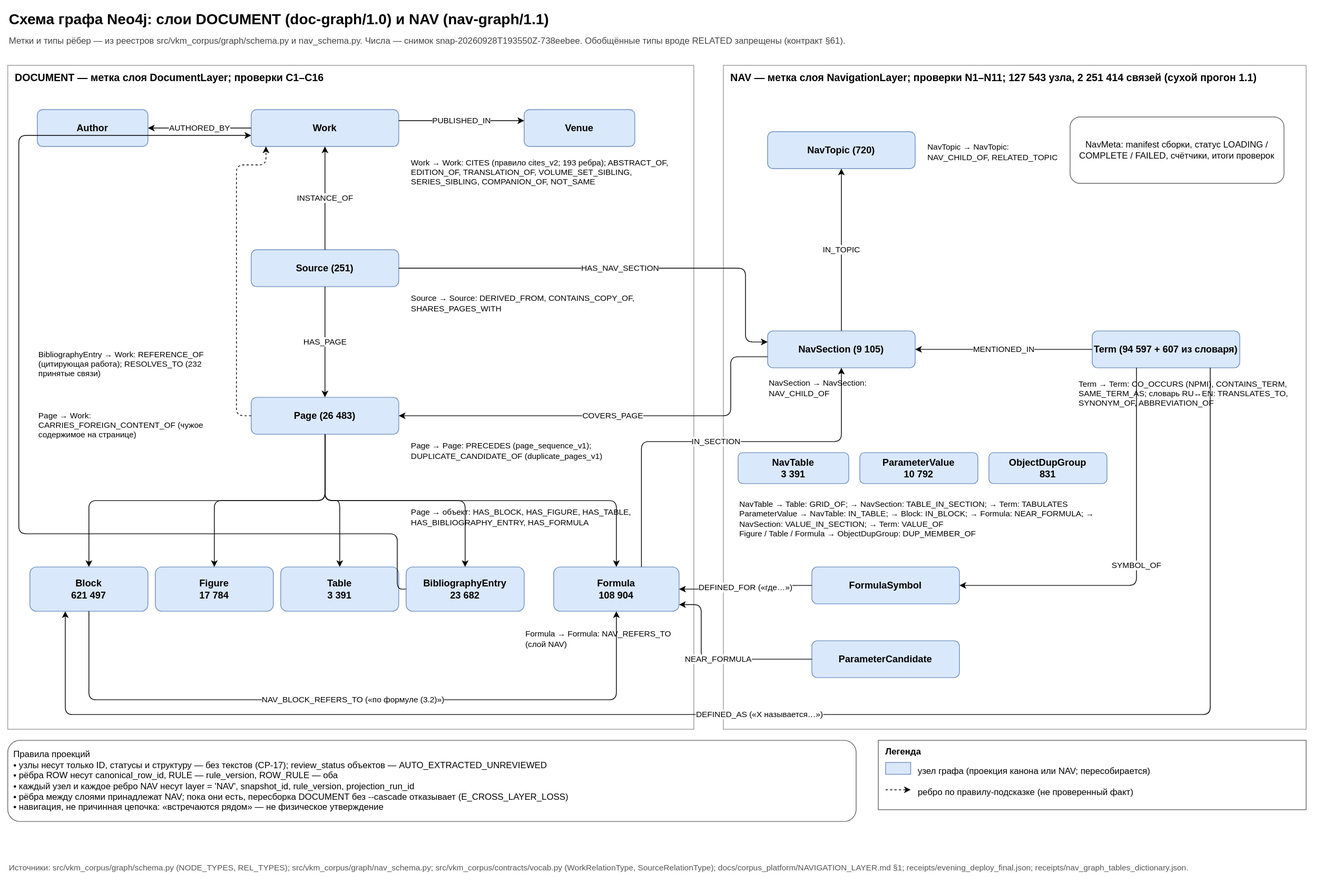
The draw.io diagram docs/diagrams/graph_schema.svg in SUKUNA-AI/vkm-subsidence-forecasting, before a commit. Source tidied: cells renumbered, new cells last; positions are measured from the earlier drawing's top-left corner, leaving out a move shared by most shapes.
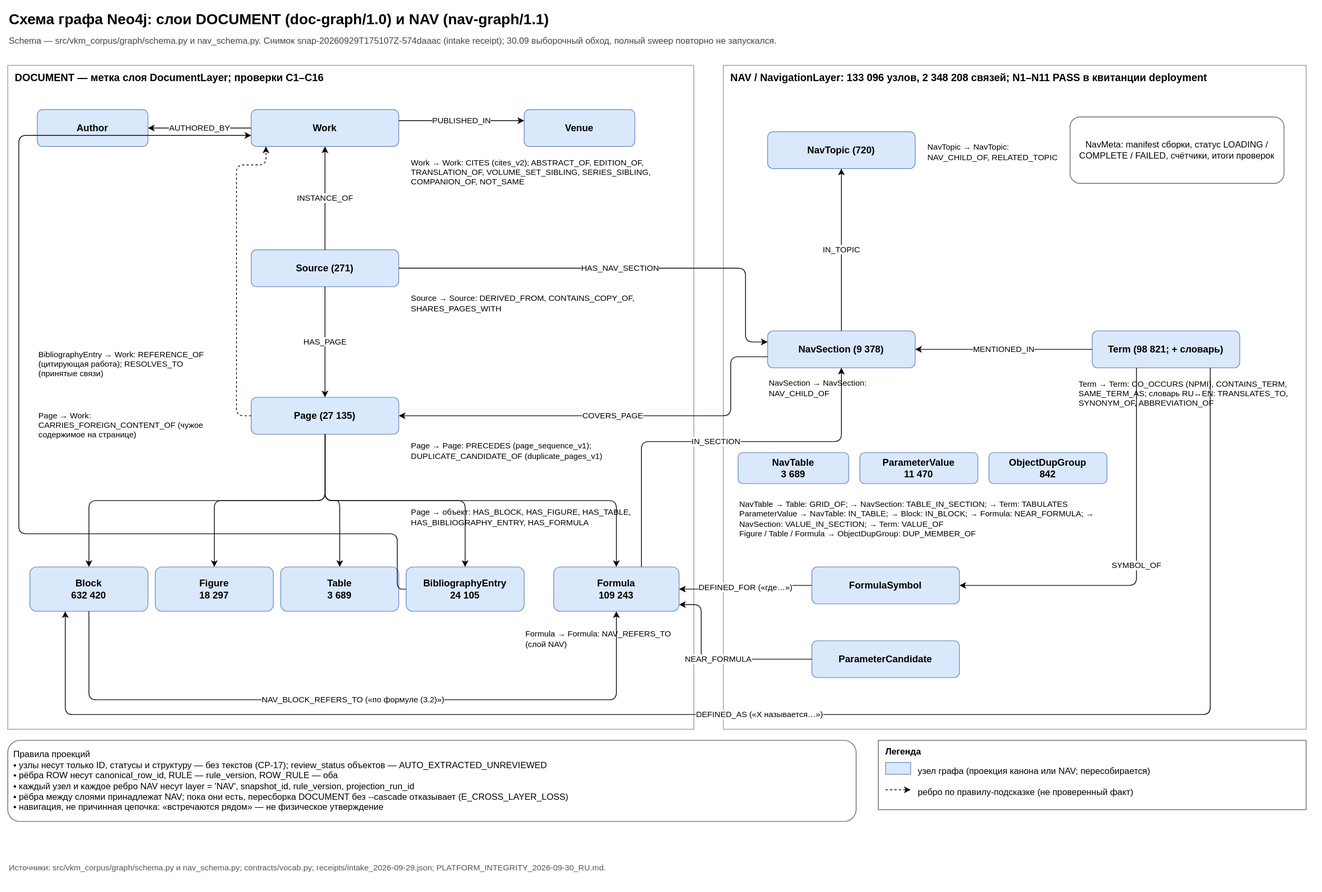
Above is the later version.

Diff of the diagram source:
```diff
@@ -5,7 +5,7 @@
     <mxCell id="2" value="Схема графа Neo4j: слои DOCUMENT (doc-graph/1.0) и NAV (nav-graph/1.1)" style="text;align=left;fontSize=20;fontStyle=1;html=1;verticalAlign=middle;whiteSpace=wrap;" parent="1" vertex="1">
       <mxGeometry width="1760" height="30" as="geometry" />
     </mxCell>
-    <mxCell id="3" value="Метки и типы рёбер — из реестров src/vkm_corpus/graph/schema.py и nav_schema.py. Числа — снимок snap-20260928T193550Z-738eebee. Обобщённые типы вроде RELATED запрещены (контракт §61)." style="text;align=left;fontColor=#444444;fontSize=12;html=1;verticalAlign=middle;whiteSpace=wrap;" parent="1" vertex="1">
+    <mxCell id="3" value="Schema — src/vkm_corpus/graph/schema.py и nav_schema.py. Снимок snap-20260929T175107Z-574daaac (intake receipt); 30.09 выборочный обход, полный sweep повторно не запускался." style="text;align=left;fontColor=#444444;fontSize=12;html=1;verticalAlign=middle;whiteSpace=wrap;" parent="1" vertex="1">
       <mxGeometry y="32" width="1760" height="25" as="geometry" />
     </mxCell>
     <mxCell id="4" value="DOCUMENT — метка слоя DocumentLayer; проверки C1–C16" style="align=left;dashed=0;fillColor=none;fontSize=14;fontStyle=1;html=1;rounded=0;spacingLeft=8;spacingTop=2;strokeColor=#999999;verticalAlign=top;whiteSpace=wrap;" parent="1" vertex="1">
@@ -20,28 +20,28 @@
     <mxCell id="7" value="Venue" style="fillColor=#dae8fc;fontSize=13;fontStyle=1;html=1;rounded=1;strokeColor=#6c8ebf;whiteSpace=wrap;" parent="4" vertex="1">
       <mxGeometry x="700" y="60" width="150" height="50" as="geometry" />
     </mxCell>
-    <mxCell id="8" value="Source (251)" style="fillColor=#dae8fc;fontSize=13;fontStyle=1;html=1;rounded=1;strokeColor=#6c8ebf;whiteSpace=wrap;" parent="4" vertex="1">
+    <mxCell id="8" value="Source (271)" style="fillColor=#dae8fc;fontSize=13;fontStyle=1;html=1;rounded=1;strokeColor=#6c8ebf;whiteSpace=wrap;" parent="4" vertex="1">
       <mxGeometry x="330" y="250" width="200" height="50" as="geometry" />
     </mxCell>
-    <mxCell id="9" value="Page (26 483)" style="fillColor=#dae8fc;fontSize=13;fontStyle=1;html=1;rounded=1;strokeColor=#6c8ebf;whiteSpace=wrap;" parent="4" vertex="1">
+    <mxCell id="9" value="Page (27 135)" style="fillColor=#dae8fc;fontSize=13;fontStyle=1;html=1;rounded=1;strokeColor=#6c8ebf;whiteSpace=wrap;" parent="4" vertex="1">
       <mxGeometry x="330" y="450" width="200" height="50" as="geometry" />
     </mxCell>
-    <mxCell id="10" value="Block&lt;br&gt;621 497" style="fillColor=#dae8fc;fontSize=13;fontStyle=1;html=1;rounded=1;strokeColor=#6c8ebf;whiteSpace=wrap;" parent="4" vertex="1">
+    <mxCell id="10" value="Block&lt;br&gt;632 420" style="fillColor=#dae8fc;fontSize=13;fontStyle=1;html=1;rounded=1;strokeColor=#6c8ebf;whiteSpace=wrap;" parent="4" vertex="1">
       <mxGeometry x="30" y="680" width="160" height="60" as="geometry" />
     </mxCell>
-    <mxCell id="11" value="Figure&lt;br&gt;17 784" style="fillColor=#dae8fc;fontSize=13;fontStyle=1;html=1;rounded=1;strokeColor=#6c8ebf;whiteSpace=wrap;" parent="4" vertex="1">
+    <mxCell id="11" value="Figure&lt;br&gt;18 297" style="fillColor=#dae8fc;fontSize=13;fontStyle=1;html=1;rounded=1;strokeColor=#6c8ebf;whiteSpace=wrap;" parent="4" vertex="1">
       <mxGeometry x="200" y="680" width="160" height="60" as="geometry" />
     </mxCell>
-    <mxCell id="12" value="Table&lt;br&gt;3 391" style="fillColor=#dae8fc;fontSize=13;fontStyle=1;html=1;rounded=1;strokeColor=#6c8ebf;whiteSpace=wrap;" parent="4" vertex="1">
+    <mxCell id="12" value="Table&lt;br&gt;3 689" style="fillColor=#dae8fc;fontSize=13;fontStyle=1;html=1;rounded=1;strokeColor=#6c8ebf;whiteSpace=wrap;" parent="4" vertex="1">
       <mxGeometry x="370" y="680" width="160" height="60" as="geometry" />
     </mxCell>
-    <mxCell id="13" value="BibliographyEntry&lt;br&gt;23 682" style="fillColor=#dae8fc;fontSize=13;fontStyle=1;html=1;rounded=1;strokeColor=#6c8ebf;whiteSpace=wrap;" parent="4" vertex="1">
+    <mxCell id="13" value="BibliographyEntry&lt;br&gt;24 105" style="fillColor=#dae8fc;fontSize=13;fontStyle=1;html=1;rounded=1;strokeColor=#6c8ebf;whiteSpace=wrap;" parent="4" vertex="1">
       <mxGeometry x="540" y="680" width="160" height="60" as="geometry" />
     </mxCell>
-    <mxCell id="14" value="Formula&lt;br&gt;108 904" style="fillColor=#dae8fc;fontSize=13;fontStyle=1;html=1;rounded=1;strokeColor=#6c8ebf;whiteSpace=wrap;" parent="4" vertex="1">
+    <mxCell id="14" value="Formula&lt;br&gt;109 243" style="fillColor=#dae8fc;fontSize=13;fontStyle=1;html=1;rounded=1;strokeColor=#6c8ebf;whiteSpace=wrap;" parent="4" vertex="1">
       <mxGeometry x="740" y="680" width="170" height="60" as="geometry" />
     </mxCell>
-    <mxCell id="15" value="Work → Work: CITES (правило cites_v2; 193 ребра); ABSTRACT_OF, EDITION_OF, TRANSLATION_OF, VOLUME_SET_SIBLING, SERIES_SIBLING, COMPANION_OF, NOT_SAME" style="text;align=left;fontSize=11;html=1;verticalAlign=middle;whiteSpace=wrap;" parent="4" vertex="1">
+    <mxCell id="15" value="Work → Work: CITES (cites_v2); ABSTRACT_OF, EDITION_OF, TRANSLATION_OF, VOLUME_SET_SIBLING, SERIES_SIBLING, COMPANION_OF, NOT_SAME" style="text;align=left;fontSize=11;html=1;verticalAlign=middle;whiteSpace=wrap;" parent="4" vertex="1">
       <mxGeometry x="545" y="120" width="370" height="50" as="geometry" />
     </mxCell>
     <mxCell id="16" value="Source → Source: DERIVED_FROM, CONTAINS_COPY_OF, SHARES_PAGES_WITH" style="text;align=left;fontSize=11;html=1;verticalAlign=middle;whiteSpace=wrap;" parent="4" vertex="1">
@@ -53,7 +53,7 @@
     <mxCell id="18" value="Page → объект: HAS_BLOCK, HAS_FIGURE, HAS_TABLE, HAS_BIBLIOGRAPHY_ENTRY, HAS_FORMULA" style="text;align=left;fontSize=11;html=1;verticalAlign=middle;whiteSpace=wrap;" parent="4" vertex="1">
       <mxGeometry x="545" y="595" width="370" height="35" as="geometry" />
     </mxCell>
-    <mxCell id="19" value="BibliographyEntry → Work: REFERENCE_OF (цитирующая работа); RESOLVES_TO (232 принятые связи)" style="text;align=left;fontSize=11;html=1;verticalAlign=middle;whiteSpace=wrap;" parent="4" vertex="1">
+    <mxCell id="19" value="BibliographyEntry → Work: REFERENCE_OF (цитирующая работа); RESOLVES_TO (принятые связи)" style="text;align=left;fontSize=11;html=1;verticalAlign=middle;whiteSpace=wrap;" parent="4" vertex="1">
       <mxGeometry x="40" y="380" width="250" height="50" as="geometry" />
     </mxCell>
     <mxCell id="20" value="Page → Work: CARRIES_FOREIGN_CONTENT_OF (чужое содержимое на странице)" style="text;align=left;fontSize=11;html=1;verticalAlign=middle;whiteSpace=wrap;" parent="4" vertex="1">
@@ -62,16 +62,16 @@
     <mxCell id="21" value="Formula → Formula: NAV_REFERS_TO (слой NAV)" style="text;align=left;fontSize=11;html=1;verticalAlign=middle;whiteSpace=wrap;" parent="4" vertex="1">
       <mxGeometry x="700" y="760" width="230" height="35" as="geometry" />
     </mxCell>
-    <mxCell id="22" value="NAV — метка слоя NavigationLayer; проверки N1–N11; 127 543 узла, 2 251 414 связей (сухой прогон 1.1)" style="align=left;dashed=0;fillColor=none;fontSize=14;fontStyle=1;html=1;rounded=0;spacingLeft=8;spacingTop=2;strokeColor=#999999;verticalAlign=top;whiteSpace=wrap;" parent="1" vertex="1">
+    <mxCell id="22" value="NAV / NavigationLayer: 133 096 узлов, 2 348 208 связей; N1–N11 PASS в квитанции deployment" style="align=left;dashed=0;fillColor=none;fontSize=14;fontStyle=1;html=1;rounded=0;spacingLeft=8;spacingTop=2;strokeColor=#999999;verticalAlign=top;whiteSpace=wrap;" parent="1" vertex="1">
       <mxGeometry x="970" y="78" width="790" height="900" as="geometry" />
     </mxCell>
     <mxCell id="23" value="NavTopic (720)" style="fillColor=#dae8fc;fontSize=13;fontStyle=1;html=1;rounded=1;strokeColor=#6c8ebf;whiteSpace=wrap;" parent="22" vertex="1">
       <mxGeometry x="60" y="90" width="200" height="50" as="geometry" />
     </mxCell>
-    <mxCell id="24" value="NavSection (9 105)" style="fillColor=#dae8fc;fontSize=13;fontStyle=1;html=1;rounded=1;strokeColor=#6c8ebf;whiteSpace=wrap;" parent="22" vertex="1">
+    <mxCell id="24" value="NavSection (9 378)" style="fillColor=#dae8fc;fontSize=13;fontStyle=1;html=1;rounded=1;strokeColor=#6c8ebf;whiteSpace=wrap;" parent="22" vertex="1">
       <mxGeometry x="60" y="360" width="200" height="50" as="geometry" />
     </mxCell>
-    <mxCell id="25" value="Term (94 597 + 607 из словаря)" style="fillColor=#dae8fc;fontSize=13;fontStyle=1;html=1;rounded=1;strokeColor=#6c8ebf;whiteSpace=wrap;" parent="22" vertex="1">
+    <mxCell id="25" value="Term (98 821; + словарь)" style="fillColor=#dae8fc;fontSize=13;fontStyle=1;html=1;rounded=1;strokeColor=#6c8ebf;whiteSpace=wrap;" parent="22" vertex="1">
       <mxGeometry x="500" y="360" width="200" height="50" as="geometry" />
     </mxCell>
     <mxCell id="26" value="FormulaSymbol" style="fillColor=#dae8fc;fontSize=13;fontStyle=1;html=1;rounded=1;strokeColor=#6c8ebf;whiteSpace=wrap;" parent="22" vertex="1">
@@ -92,13 +92,13 @@
     <mxCell id="31" value="Term → Term: CO_OCCURS (NPMI), CONTAINS_TERM, SAME_TERM_AS; словарь RU↔EN: TRANSLATES_TO, SYNONYM_OF, ABBREVIATION_OF" style="text;align=left;fontSize=11;html=1;verticalAlign=middle;whiteSpace=wrap;" parent="22" vertex="1">
       <mxGeometry x="480" y="420" width="290" height="50" as="geometry" />
     </mxCell>
-    <mxCell id="32" value="NavTable&lt;br&gt;3 391" style="fillColor=#dae8fc;fontSize=13;fontStyle=1;html=1;rounded=1;strokeColor=#6c8ebf;whiteSpace=wrap;" parent="22" vertex="1">
+    <mxCell id="32" value="NavTable&lt;br&gt;3 689" style="fillColor=#dae8fc;fontSize=13;fontStyle=1;html=1;rounded=1;strokeColor=#6c8ebf;whiteSpace=wrap;" parent="22" vertex="1">
       <mxGeometry x="20" y="525" width="150" height="42" as="geometry" />
     </mxCell>
-    <mxCell id="33" value="ParameterValue&lt;br&gt;10 792" style="fillColor=#dae8fc;fontSize=13;fontStyle=1;html=1;rounded=1;strokeColor=#6c8ebf;whiteSpace=wrap;" parent="22" vertex="1">
+    <mxCell id="33" value="ParameterValue&lt;br&gt;11 470" style="fillColor=#dae8fc;fontSize=13;fontStyle=1;html=1;rounded=1;strokeColor=#6c8ebf;whiteSpace=wrap;" parent="22" vertex="1">
       <mxGeometry x="185" y="525" width="160" height="42" as="geometry" />
     </mxCell>
-    <mxCell id="34" value="ObjectDupGroup&lt;br&gt;831" style="fillColor=#dae8fc;fontSize=13;fontStyle=1;html=1;rounded=1;strokeColor=#6c8ebf;whiteSpace=wrap;" parent="22" vertex="1">
+    <mxCell id="34" value="ObjectDupGroup&lt;br&gt;842" style="fillColor=#dae8fc;fontSize=13;fontStyle=1;html=1;rounded=1;strokeColor=#6c8ebf;whiteSpace=wrap;" parent="22" vertex="1">
       <mxGeometry x="360" y="525" width="160" height="42" as="geometry" />
     </mxCell>
     <mxCell id="35" value="NavTable → Table: GRID_OF; → NavSection: TABLE_IN_SECTION; → Term: TABULATES&lt;br&gt;ParameterValue → NavTable: IN_TABLE; → Block: IN_BLOCK; → Formula: NEAR_FORMULA; → NavSection: VALUE_IN_SECTION; → Term: VALUE_OF&lt;br&gt;Figure / Table / Formula → ObjectDupGroup: DUP_MEMBER_OF" style="text;align=left;fontSize=11;html=1;verticalAlign=middle;whiteSpace=wrap;" parent="22" vertex="1">
@@ -125,7 +125,7 @@
     <mxCell id="42" value="ребро по правилу-подсказке (не проверенный факт)" style="text;align=left;fontSize=12;html=1;verticalAlign=top;whiteSpace=wrap;" parent="37" vertex="1">
       <mxGeometry x="52" y="57" width="520" height="25" as="geometry" />
     </mxCell>
-    <mxCell id="43" value="Источники: src/vkm_corpus/graph/schema.py (NODE_TYPES, REL_TYPES); src/vkm_corpus/graph/nav_schema.py; src/vkm_corpus/contracts/vocab.py (WorkRelationType, SourceRelationType); docs/corpus_platform/NAVIGATION_LAYER.md §1; receipts/evening_deploy_final.json; receipts/nav_graph_tables_dictionary.json." style="text;align=left;fontColor=#555555;fontSize=11;html=1;verticalAlign=middle;whiteSpace=wrap;" parent="1" vertex="1">
+    <mxCell id="43" value="Источники: src/vkm_corpus/graph/schema.py и nav_schema.py; contracts/vocab.py; receipts/intake_2026-09-29.json; PLATFORM_INTEGRITY_2026-09-30_RU.md." style="text;align=left;fontColor=#555555;fontSize=11;html=1;verticalAlign=middle;whiteSpace=wrap;" parent="1" vertex="1">
       <mxGeometry y="1153" width="1760" height="25" as="geometry" />
     </mxCell>
     <mxCell id="44" value="AUTHORED_BY" style="edgeStyle=orthogonalEdgeStyle;endArrow=classic;entryDx=0;entryDy=0;entryX=1;entryY=0.5;exitDx=0;exitDy=0;exitX=0;exitY=0.5;fontSize=11;html=1;labelBackgroundColor=#ffffff;rounded=1;" parent="1" edge="1" source="6" target="5">
```
